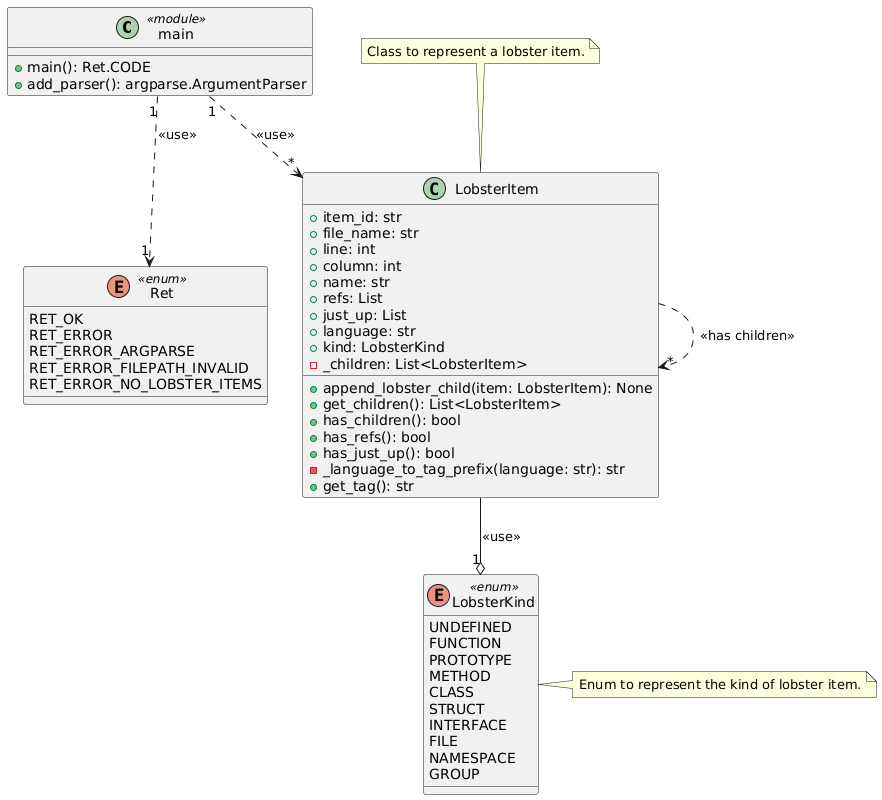
NewTec-GmbH/lobster-doxygen keeps this PlantUML diagram as doc/architecture/class_diagram.png. Above is the earlier version.
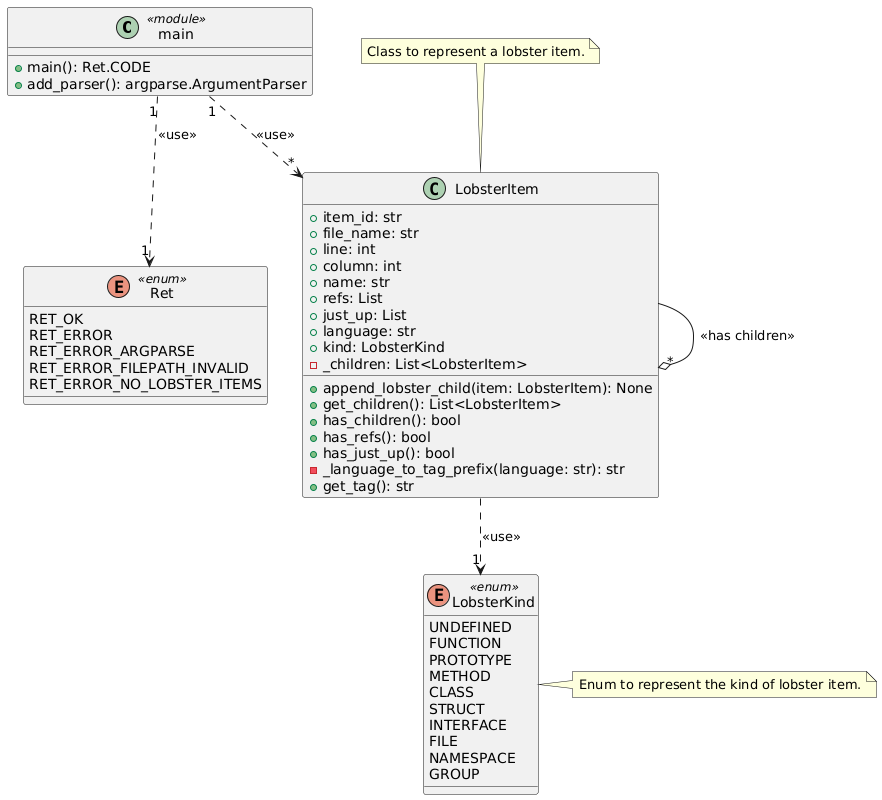
Later version of the same file.

Commit message:
Fixed review finding

Change to the diagram source:
```diff
@@ -60,6 +60,6 @@
 
 main "1" ..> "*" LobsterItem : <<use>>
 main "1" ..> "1" Ret : <<use>>
-LobsterItem --o "1" LobsterKind : <<use>>
-LobsterItem ..> "*" LobsterItem : <<has children>>
+LobsterItem ..> "1" LobsterKind : <<use>>
+LobsterItem --o "*" LobsterItem : <<has children>>
 @enduml
```
